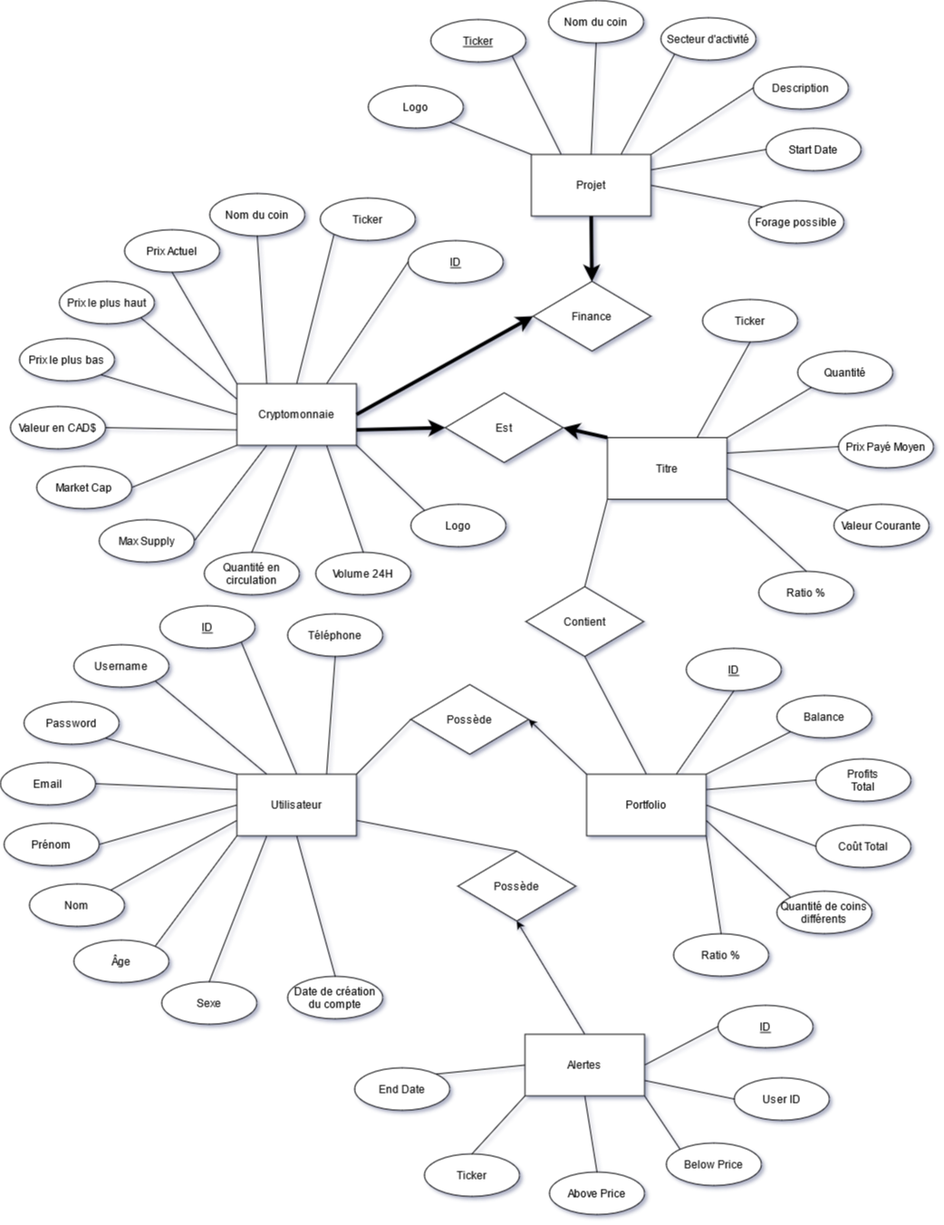
matreurai/GLO-2005 keeps this draw.io diagram as Rapport/Entite-Relation.png. Above is the earlier version. Source tidied: cells renumbered, new cells last; positions are measured from the earlier drawing's top-left corner, leaving out a move shared by most shapes.
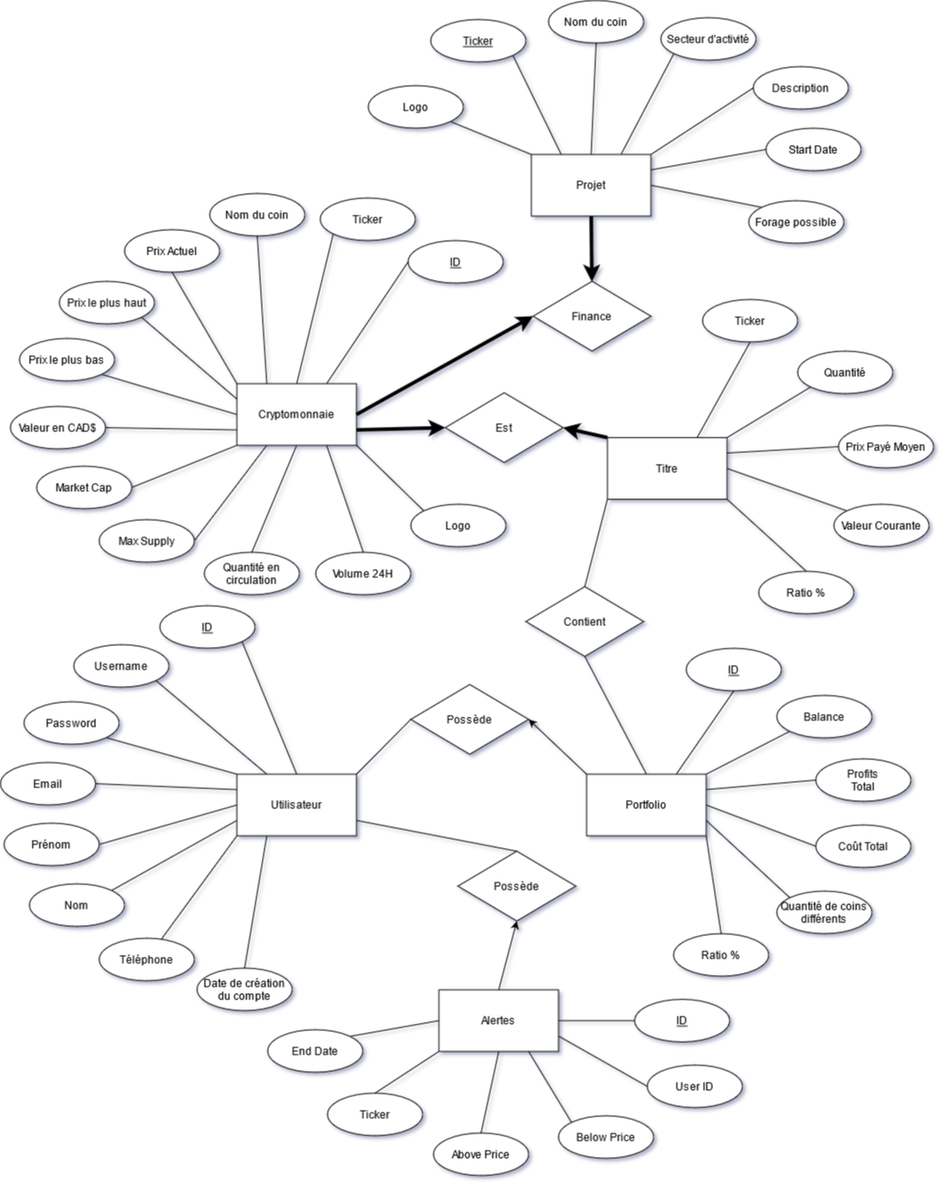
Above is the later version.

Commit message:
Modif au Modele Entite Relation

Diff of the diagram source:
```diff
@@ -23,13 +23,7 @@
     <mxCell id="8" style="edgeStyle=none;rounded=0;jettySize=auto;html=1;exitX=0;exitY=0.75;exitDx=0;exitDy=0;entryX=1;entryY=0;entryDx=0;entryDy=0;endArrow=none;endFill=0;" parent="1" edge="1" source="15" target="19">
       <mxGeometry relative="1" as="geometry" />
     </mxCell>
-    <mxCell id="9" style="edgeStyle=none;rounded=0;jettySize=auto;html=1;exitX=0;exitY=1;exitDx=0;exitDy=0;entryX=1;entryY=0;entryDx=0;entryDy=0;endArrow=none;endFill=0;" parent="1" edge="1" source="15" target="21">
-      <mxGeometry relative="1" as="geometry" />
-    </mxCell>
-    <mxCell id="10" style="edgeStyle=none;rounded=0;jettySize=auto;html=1;exitX=0.25;exitY=1;exitDx=0;exitDy=0;entryX=0.5;entryY=0;entryDx=0;entryDy=0;endArrow=none;endFill=0;" parent="1" edge="1" source="15" target="22">
-      <mxGeometry relative="1" as="geometry" />
-    </mxCell>
-    <mxCell id="11" style="edgeStyle=none;rounded=0;jettySize=auto;html=1;exitX=0.5;exitY=1;exitDx=0;exitDy=0;entryX=0.5;entryY=0;entryDx=0;entryDy=0;endArrow=none;endFill=0;" parent="1" edge="1" source="15" target="23">
+    <mxCell id="11" style="edgeStyle=none;rounded=0;jettySize=auto;html=1;exitX=0.25;exitY=1;exitDx=0;exitDy=0;entryX=0.5;entryY=0;entryDx=0;entryDy=0;endArrow=none;endFill=0;" parent="1" edge="1" source="15" target="23">
       <mxGeometry relative="1" as="geometry" />
     </mxCell>
     <mxCell id="12" style="edgeStyle=none;rounded=0;jettySize=auto;html=1;exitX=1;exitY=0;exitDx=0;exitDy=0;entryX=0;entryY=0.5;entryDx=0;entryDy=0;endArrow=none;endFill=0;" parent="1" edge="1" source="15" target="25">
@@ -38,7 +32,7 @@
     <mxCell id="13" style="rounded=0;jettySize=auto;html=1;exitX=1;exitY=0.75;exitDx=0;exitDy=0;entryX=0.5;entryY=0;entryDx=0;entryDy=0;endArrow=none;endFill=0;" parent="1" edge="1" source="15" target="108">
       <mxGeometry relative="1" as="geometry" />
     </mxCell>
-    <mxCell id="14" style="edgeStyle=none;rounded=0;jettySize=auto;html=1;exitX=0.75;exitY=0;exitDx=0;exitDy=0;endArrow=none;endFill=0;entryX=0.5;entryY=1;entryDx=0;entryDy=0;" parent="1" edge="1" source="15" target="84">
+    <mxCell id="14" style="rounded=0;jettySize=auto;html=1;exitX=0;exitY=1;exitDx=0;exitDy=0;endArrow=none;endFill=0;" parent="1" edge="1" source="15" target="84">
       <mxGeometry relative="1" as="geometry" />
     </mxCell>
     <mxCell id="15" value="Utilisateur" style="rounded=0;whiteSpace=wrap;html=1;" parent="1" vertex="1">
@@ -59,14 +53,8 @@
     <mxCell id="20" value="Prénom" style="ellipse;whiteSpace=wrap;html=1;" parent="1" vertex="1">
       <mxGeometry x="4" y="908" width="105" height="47" as="geometry" />
     </mxCell>
-    <mxCell id="21" value="Âge" style="ellipse;whiteSpace=wrap;html=1;" parent="1" vertex="1">
-      <mxGeometry x="81" y="1037" width="105" height="47" as="geometry" />
-    </mxCell>
-    <mxCell id="22" value="Sexe" style="ellipse;whiteSpace=wrap;html=1;" parent="1" vertex="1">
-      <mxGeometry x="178" y="1083" width="105" height="47" as="geometry" />
-    </mxCell>
     <mxCell id="23" value="Date de création du compte" style="ellipse;whiteSpace=wrap;html=1;" parent="1" vertex="1">
-      <mxGeometry x="317" y="1077" width="105" height="47" as="geometry" />
+      <mxGeometry x="217" y="1068" width="105" height="47" as="geometry" />
     </mxCell>
     <mxCell id="24" style="edgeStyle=none;rounded=0;jettySize=auto;html=1;exitX=1;exitY=0.5;exitDx=0;exitDy=0;entryX=0;entryY=0;entryDx=0;entryDy=0;endArrow=none;endFill=0;startArrow=classic;startFill=1;" parent="1" edge="1" source="25" target="33">
       <mxGeometry relative="1" as="geometry" />
@@ -249,7 +237,7 @@
       <mxGeometry x="670" y="482.5" width="132" height="68" as="geometry" />
     </mxCell>
     <mxCell id="84" value="Téléphone" style="ellipse;whiteSpace=wrap;html=1;" parent="1" vertex="1">
-      <mxGeometry x="317" y="677" width="105" height="47" as="geometry" />
+      <mxGeometry x="109" y="1035" width="105" height="47" as="geometry" />
     </mxCell>
     <mxCell id="85" value="Quantité de coins différents" style="ellipse;whiteSpace=wrap;html=1;fontStyle=0;" parent="1" vertex="1">
       <mxGeometry x="857" y="983" width="105" height="47" as="geometry" />
@@ -299,7 +287,7 @@
     <mxCell id="100" style="edgeStyle=none;rounded=0;jettySize=auto;html=1;exitX=1;exitY=0.5;exitDx=0;exitDy=0;entryX=0;entryY=0.5;entryDx=0;entryDy=0;endArrow=none;endFill=0;" parent="1" edge="1" source="106" target="109">
       <mxGeometry relative="1" as="geometry" />
     </mxCell>
-    <mxCell id="101" style="edgeStyle=none;rounded=0;jettySize=auto;html=1;exitX=1;exitY=1;exitDx=0;exitDy=0;entryX=0;entryY=0;entryDx=0;entryDy=0;endArrow=none;endFill=0;" parent="1" edge="1" source="106" target="111">
+    <mxCell id="101" style="edgeStyle=none;rounded=0;jettySize=auto;html=1;exitX=0.75;exitY=1;exitDx=0;exitDy=0;entryX=0;entryY=0;entryDx=0;entryDy=0;endArrow=none;endFill=0;" parent="1" edge="1" source="106" target="111">
       <mxGeometry relative="1" as="geometry" />
     </mxCell>
     <mxCell id="102" style="edgeStyle=none;rounded=0;jettySize=auto;html=1;exitX=0.5;exitY=1;exitDx=0;exitDy=0;entryX=0.5;entryY=0;entryDx=0;entryDy=0;endArrow=none;endFill=0;" parent="1" edge="1" source="106" target="112">
@@ -315,7 +303,7 @@
       <mxGeometry relative="1" as="geometry" />
     </mxCell>
     <mxCell id="106" value="Alertes" style="rounded=0;whiteSpace=wrap;html=1;" parent="1" vertex="1">
-      <mxGeometry x="579" y="1141" width="132" height="68" as="geometry" />
+      <mxGeometry x="484" y="1092" width="132" height="68" as="geometry" />
     </mxCell>
     <mxCell id="107" style="edgeStyle=none;rounded=0;jettySize=auto;html=1;exitX=0.5;exitY=1;exitDx=0;exitDy=0;entryX=0.5;entryY=0;entryDx=0;entryDy=0;endArrow=none;endFill=0;startArrow=classic;startFill=1;" parent="1" edge="1" source="108" target="106">
       <mxGeometry relative="1" as="geometry" />
@@ -324,22 +312,22 @@
       <mxGeometry x="505" y="939" width="130" height="77" as="geometry" />
     </mxCell>
     <mxCell id="109" value="ID" style="ellipse;whiteSpace=wrap;html=1;fontStyle=4;" parent="1" vertex="1">
-      <mxGeometry x="792" y="1109" width="105" height="47" as="geometry" />
+      <mxGeometry x="700" y="1102.5" width="105" height="47" as="geometry" />
     </mxCell>
     <mxCell id="110" value="Ticker" style="ellipse;whiteSpace=wrap;html=1;fontStyle=0;" parent="1" vertex="1">
-      <mxGeometry x="468" y="1273" width="105" height="47" as="geometry" />
+      <mxGeometry x="361" y="1206" width="105" height="47" as="geometry" />
     </mxCell>
     <mxCell id="111" value="Below Price" style="ellipse;whiteSpace=wrap;html=1;fontStyle=0;" parent="1" vertex="1">
-      <mxGeometry x="735" y="1261" width="105" height="47" as="geometry" />
+      <mxGeometry x="616" y="1231" width="105" height="47" as="geometry" />
     </mxCell>
     <mxCell id="112" value="Above Price" style="ellipse;whiteSpace=wrap;html=1;fontStyle=0;" parent="1" vertex="1">
-      <mxGeometry x="606" y="1293" width="105" height="47" as="geometry" />
+      <mxGeometry x="478" y="1250" width="105" height="47" as="geometry" />
     </mxCell>
     <mxCell id="113" value="End Date" style="ellipse;whiteSpace=wrap;html=1;fontStyle=0;" parent="1" vertex="1">
-      <mxGeometry x="391" y="1178" width="105" height="47" as="geometry" />
+      <mxGeometry x="295" y="1136" width="105" height="47" as="geometry" />
     </mxCell>
     <mxCell id="114" value="&lt;span&gt;User ID&lt;/span&gt;" style="ellipse;whiteSpace=wrap;html=1;fontStyle=0;" parent="1" vertex="1">
-      <mxGeometry x="810" y="1189" width="105" height="47" as="geometry" />
+      <mxGeometry x="714" y="1175" width="105" height="47" as="geometry" />
     </mxCell>
     <mxCell id="115" value="Prix Payé Moyen" style="ellipse;whiteSpace=wrap;html=1;fontStyle=0;" parent="1" vertex="1">
       <mxGeometry x="925" y="469" width="105" height="47" as="geometry" />
```
